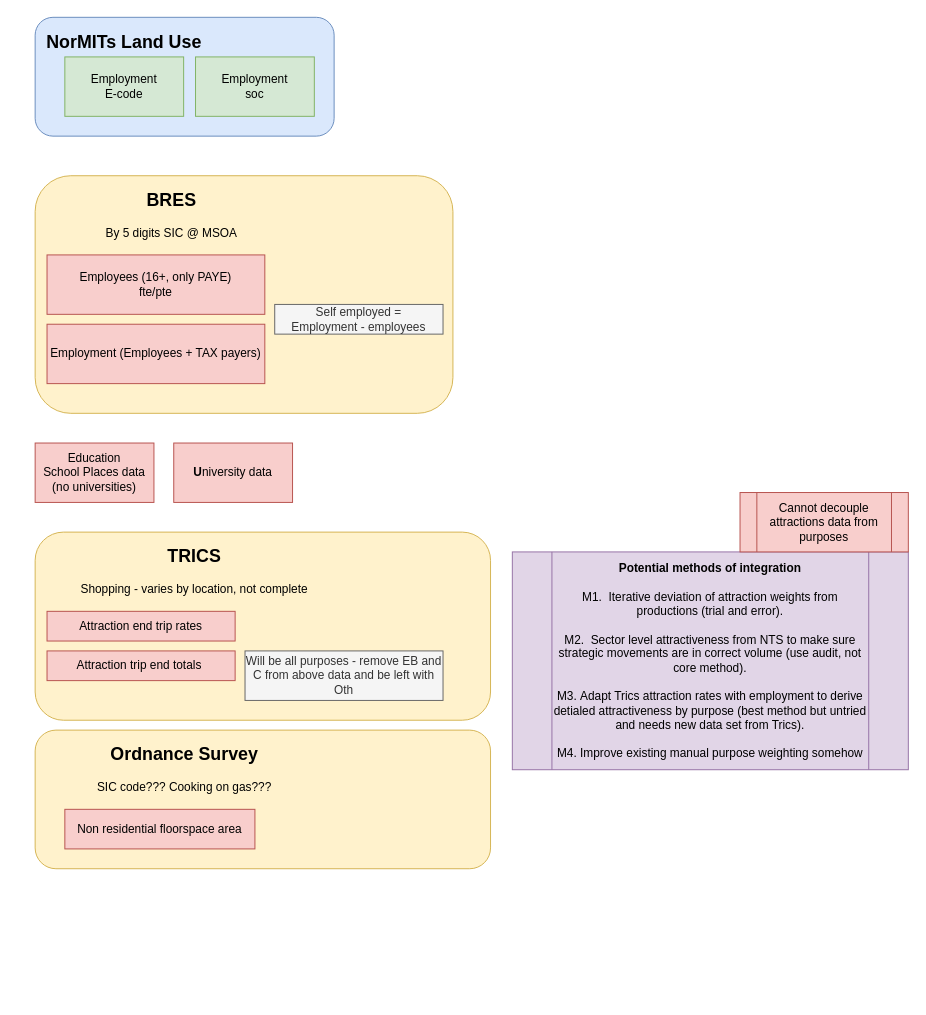
Before: page "Attraction Model Data" (3 of 3) of docs/op_models/NoTEM/NoTEM Code Structure.drawio in Transport-for-the-North/NorMITs-Demand, a draw.io diagram. Source tidied: cells renumbered, new cells numbered last; positions are measured from the earlier drawing's top-left corner, leaving out a move shared by most shapes. Both pictures are drawn from the tidied source at 99%, with x=0, y=0 at pixel (17, 17).
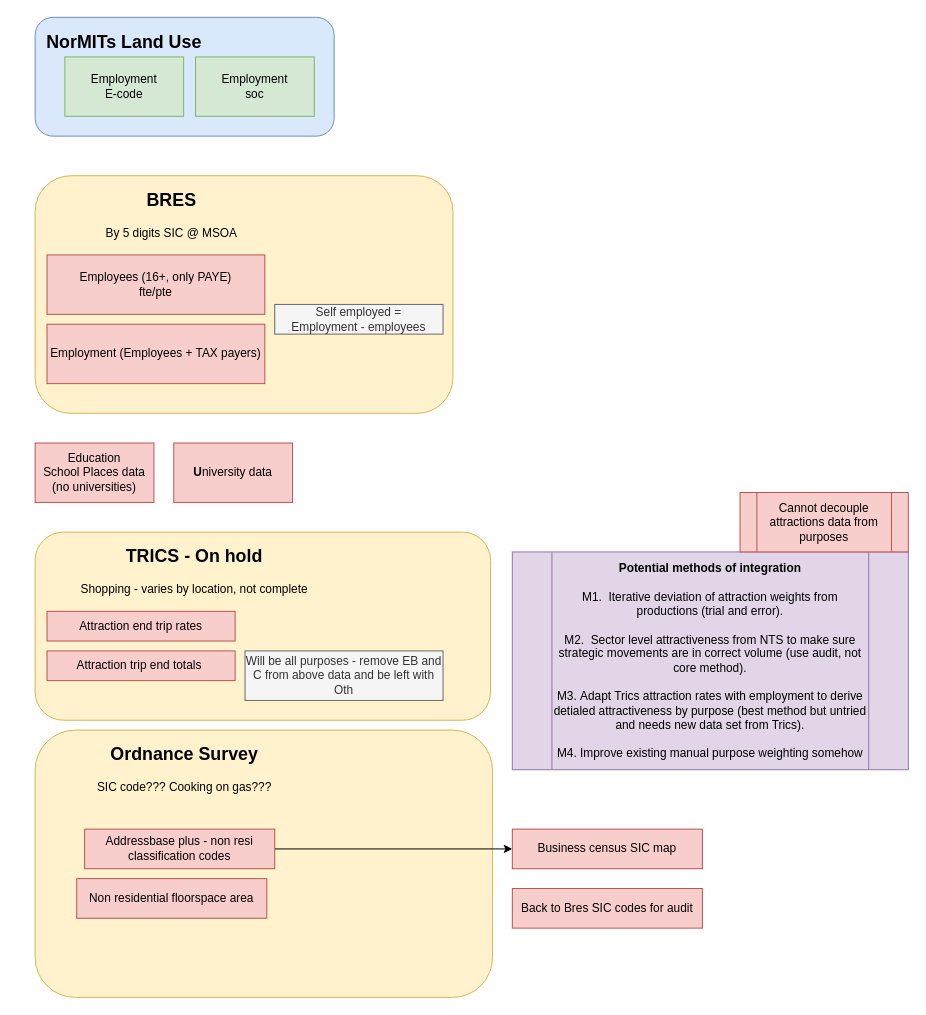
The same page after the edit.

Change to the diagram source:
```diff
@@
     <mxCell id="2" style="rounded=1;whiteSpace=wrap;html=1;fillColor=#fff2cc;strokeColor=#d6b656;" parent="1" vertex="1">
-      <mxGeometry x="18" y="720" width="460" height="140" as="geometry" />
+      <mxGeometry x="18" y="720" width="462" height="270" as="geometry" />
     </mxCell>
@@
-    <mxCell id="15" value="&lt;font&gt;&lt;span style=&quot;font-size: 18px&quot;&gt;&lt;b&gt;TRICS&lt;/b&gt;&lt;/span&gt;&lt;br&gt;&lt;br&gt;Shopping - varies by location, not complete&lt;br&gt;&lt;/font&gt;" style="text;html=1;strokeColor=none;fillColor=none;align=center;verticalAlign=middle;whiteSpace=wrap;rounded=0;" parent="1" vertex="1">
+    <mxCell id="15" value="&lt;font&gt;&lt;span style=&quot;font-size: 18px&quot;&gt;&lt;b&gt;TRICS - On hold&lt;/b&gt;&lt;/span&gt;&lt;br&gt;&lt;br&gt;Shopping - varies by location, not complete&lt;br&gt;&lt;/font&gt;" style="text;html=1;strokeColor=none;fillColor=none;align=center;verticalAlign=middle;whiteSpace=wrap;rounded=0;" parent="1" vertex="1">
       <mxGeometry x="48" y="530" width="262" height="60" as="geometry" />
     </mxCell>
@@
     <mxCell id="20" value="Non residential floorspace area" style="rounded=0;whiteSpace=wrap;html=1;fillColor=#f8cecc;strokeColor=#b85450;" parent="1" vertex="1">
-      <mxGeometry x="48" y="800" width="192" height="40" as="geometry" />
+      <mxGeometry x="60" y="870" width="192" height="40" as="geometry" />
     </mxCell>
@@
+    <mxCell id="23" value="Business census SIC map" style="rounded=0;whiteSpace=wrap;html=1;fillColor=#f8cecc;strokeColor=#b85450;" parent="1" vertex="1">
+      <mxGeometry x="500" y="820" width="192" height="40" as="geometry" />
+    </mxCell>
+    <mxCell id="24" style="edgeStyle=orthogonalEdgeStyle;rounded=0;jettySize=auto;html=1;exitX=1;exitY=0.5;exitDx=0;exitDy=0;" parent="1" edge="1" source="25" target="23">
+      <mxGeometry relative="1" as="geometry" />
+    </mxCell>
+    <mxCell id="25" value="Addressbase plus - non resi classification codes" style="rounded=0;whiteSpace=wrap;html=1;fillColor=#f8cecc;strokeColor=#b85450;" parent="1" vertex="1">
+      <mxGeometry x="68" y="820" width="192" height="40" as="geometry" />
+    </mxCell>
+    <mxCell id="26" value="Back to Bres SIC codes for audit" style="rounded=0;whiteSpace=wrap;html=1;fillColor=#f8cecc;strokeColor=#b85450;" parent="1" vertex="1">
+      <mxGeometry x="500" y="880" width="192" height="40" as="geometry" />
+    </mxCell>
```
